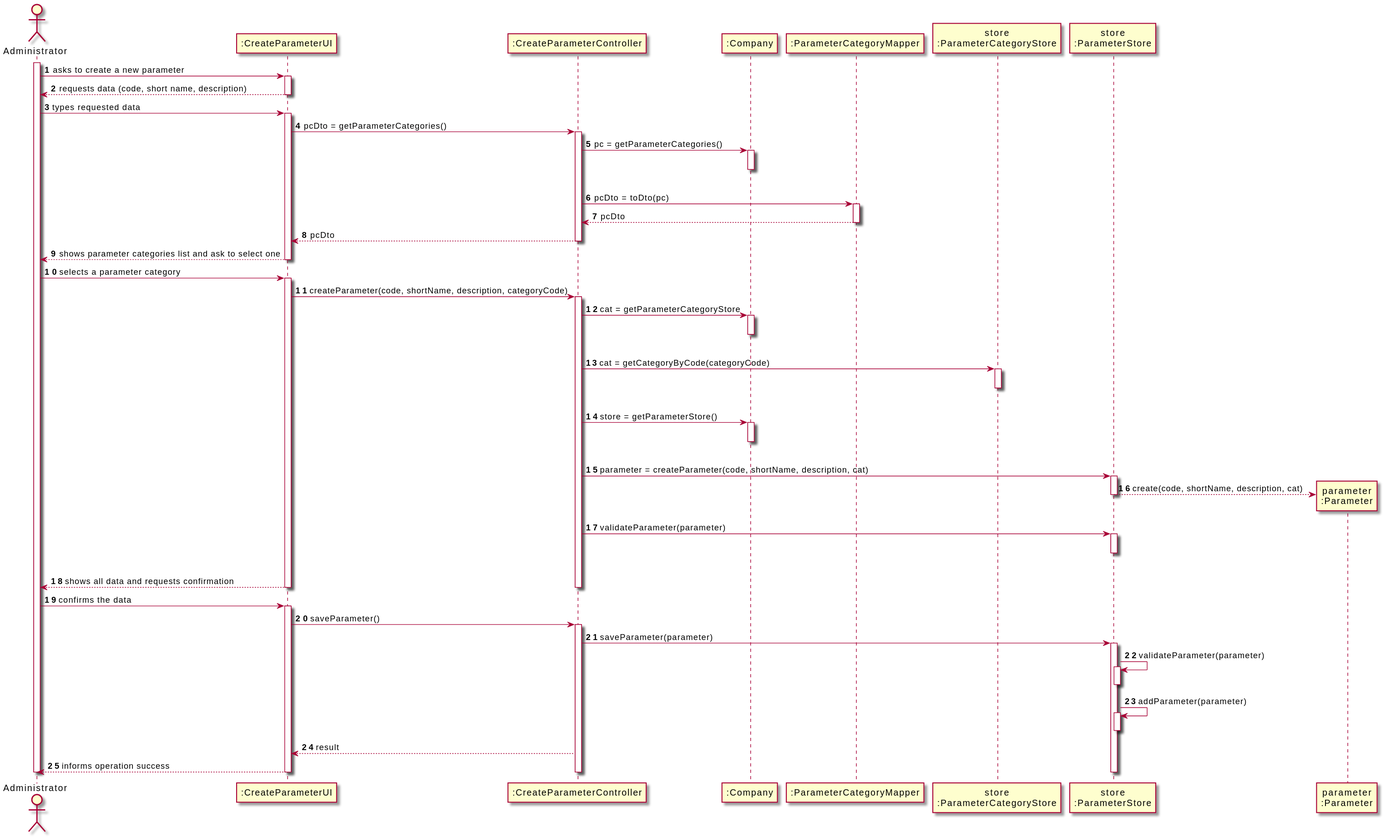
The PlantUML diagram docs/SprintB/Us10_CreateParameter/US10_SD.svg in Pedromaia26/LAPR2-ISEP, before a commit. The source it was exported from:
```plantuml
@startuml
autonumber
actor "Administrator" as ADM

participant ":CreateParameterUI" as UI
participant ":CreateParameterController" as CTRL
participant ":Company" as ML
participant ":ParameterCategoryMapper" as MAPPER
participant "store\n:ParameterCategoryStore" as STORECAT
participant "store\n:ParameterStore" as STOREPAR
participant "parameter\n:Parameter" as PARAMETER

activate ADM
ADM -> UI : asks to create a new parameter
activate UI
UI --> ADM : requests data (code, short name, description)
deactivate UI

ADM -> UI : types requested data
activate UI

UI -> CTRL : pcDto = getParameterCategories()
activate CTRL

CTRL -> ML : pc = getParameterCategories()
activate ML
|||
deactivate ML

CTRL -> MAPPER : pcDto = toDto(pc)
activate MAPPER

MAPPER --> CTRL : pcDto
deactivate MAPPER

CTRL --> UI : pcDto
deactivate CTRL



UI --> ADM : shows parameter categories list and ask to select one
deactivate ML
deactivate UI

ADM -> UI : selects a parameter category
activate UI

UI -> CTRL : createParameter(code, shortName, description, categoryCode)
activate CTRL

CTRL -> ML : cat = getParameterCategoryStore
activate ML
|||
deactivate ML

CTRL -> STORECAT : cat = getCategoryByCode(categoryCode)
activate STORECAT
|||
deactivate STORECAT

CTRL -> ML : store = getParameterStore()
activate ML
|||
deactivate ML


CTRL -> STOREPAR: parameter = createParameter(code, shortName, description, cat)
activate STOREPAR



STOREPAR --> PARAMETER**: create(code, shortName, description, cat)
deactivate STOREPAR
CTRL -> STOREPAR: validateParameter(parameter)
activate STOREPAR
|||
deactivate STOREPAR



UI --> ADM: shows all data and requests confirmation
deactivate CTRL
deactivate UI


ADM -> UI : confirms the data
activate UI
UI -> CTRL : saveParameter()
activate CTRL

CTRL -> STOREPAR : saveParameter(parameter)
activate STOREPAR

STOREPAR -> STOREPAR: validateParameter(parameter)
activate STOREPAR
deactivate STOREPAR
STOREPAR -> STOREPAR: addParameter(parameter)
activate STOREPAR
deactivate STOREPAR

CTRL --> UI: result

UI --> ADM : informs operation success
deactivate STOREPAR
deactivate CTRL
deactivate UI

deactivate ADM
@enduml
```
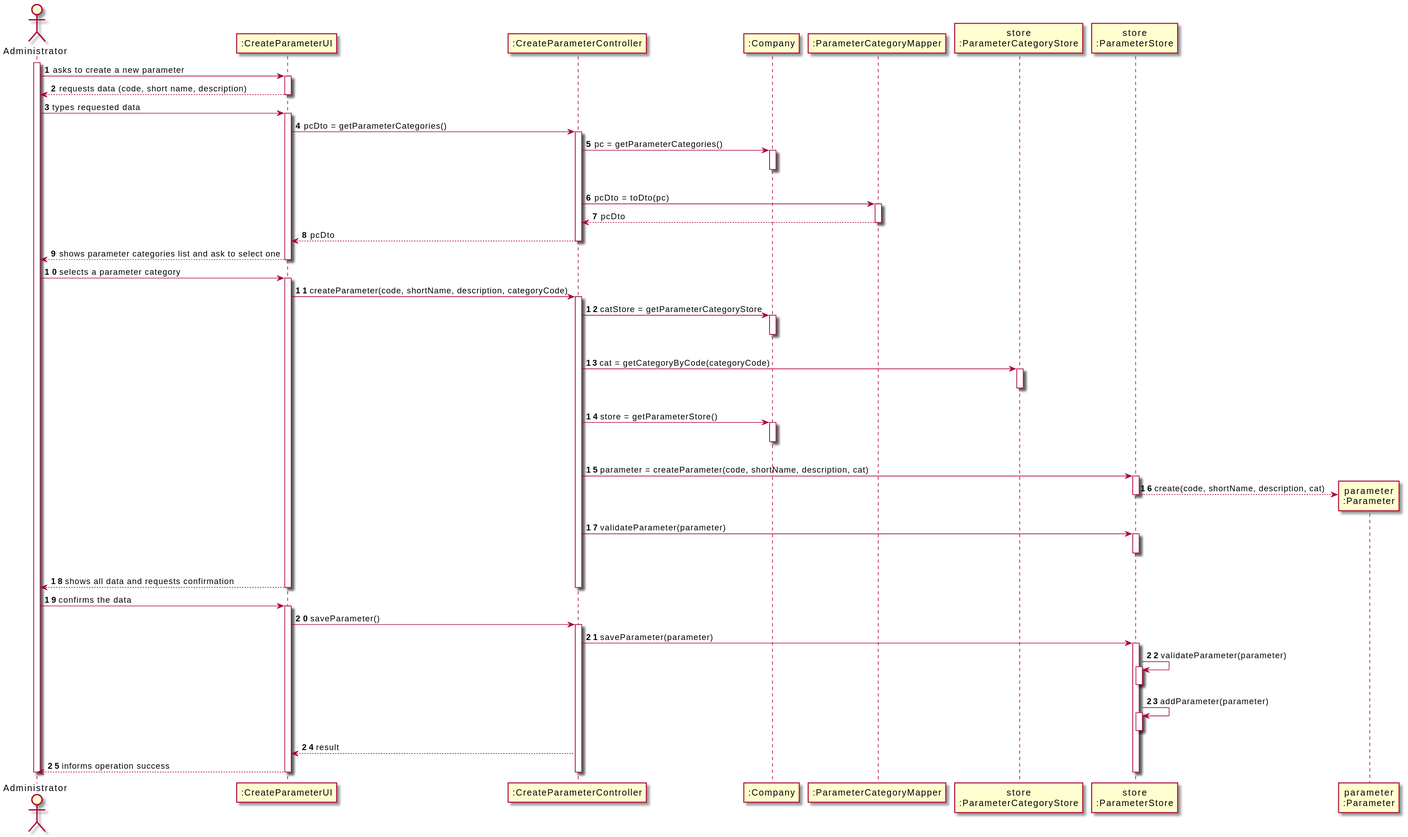
After the commit.

Diff of the diagram source:
```diff
@@ -48,7 +48,7 @@
 UI -> CTRL : createParameter(code, shortName, description, categoryCode)
 activate CTRL
 
-CTRL -> ML : cat = getParameterCategoryStore
+CTRL -> ML : catStore = getParameterCategoryStore
 activate ML
 |||
 deactivate ML
```
